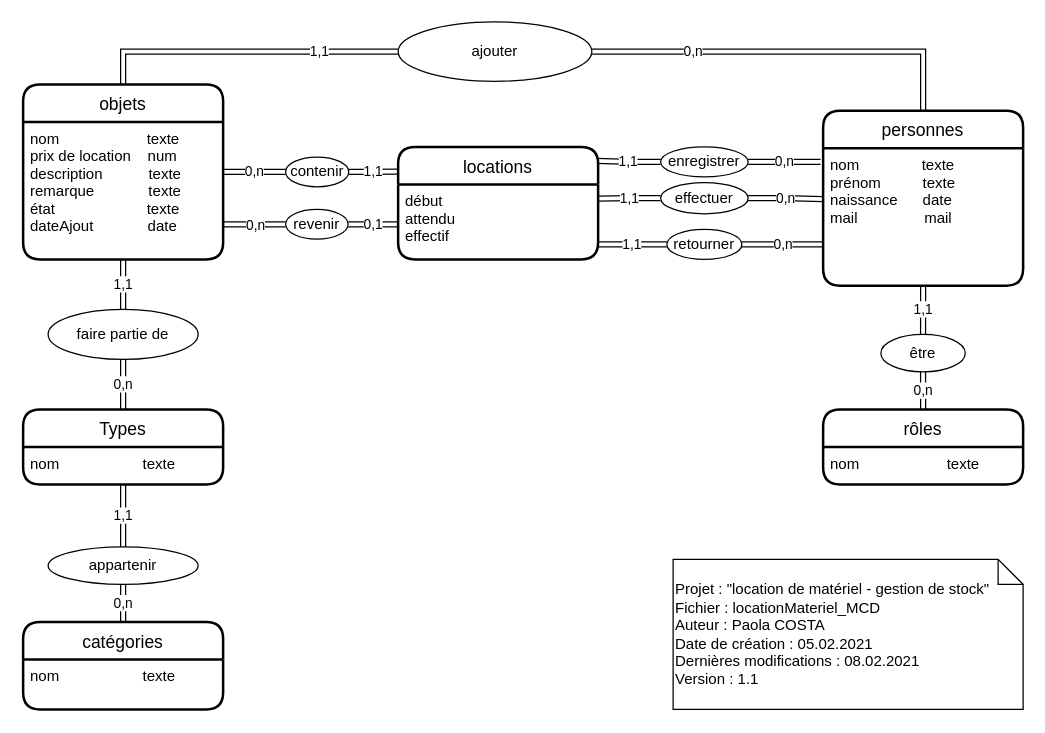
This is fichiersModifiables/BDD/locationMateriel_MCD.drawio from AhVen98/gestionStocks_preTPI, a draw.io file, before an edit. Source tidied: cells renumbered, new cells numbered last; positions are measured from the earlier drawing's top-left corner, leaving out a move shared by most shapes. Both pictures are drawn from the tidied source at 125%, with x=0, y=0 at pixel (22, 21).
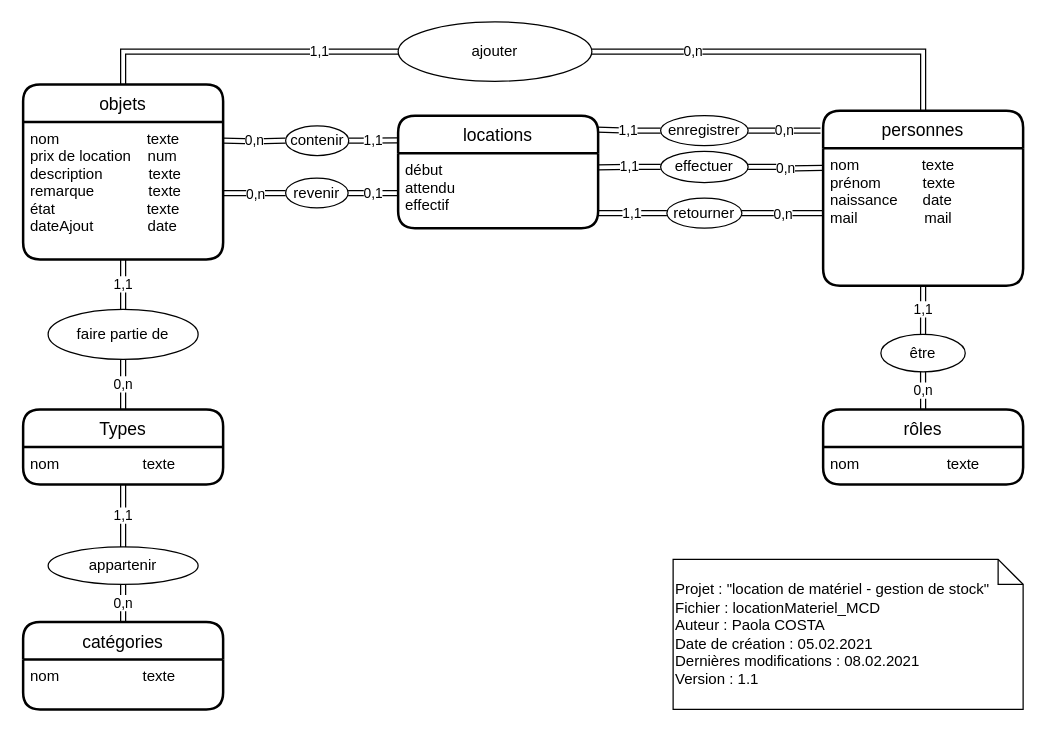
The same diagram, later.

Commit message (it also covers changes not shown here):
maj du MCD

correction d'une erreur

Unchanged cells that the change refers to:
```xml
<mxCell id="4" value="objets" style="swimlane;horizontal=1;startSize=30;rounded=1;fontSize=14;fontStyle=0;strokeWidth=2;shadow=0;dashed=0;align=center;" parent="1" vertex="1">
  <mxGeometry y="50" width="160" height="140" as="geometry" />
</mxCell>
<mxCell id="12" value="nom               texte&#10;prénom          texte&#10;naissance      date&#10;mail                mail " style="align=left;strokeColor=none;fillColor=none;spacingLeft=4;fontSize=12;verticalAlign=top;" parent="11" vertex="1">
  <mxGeometry y="30" width="160" height="110" as="geometry" />
</mxCell>
```

What changed in the source:
```diff
@@
-    <mxCell id="3" value="0,n" style="edgeStyle=orthogonalEdgeStyle;shape=link;curved=1;rounded=0;jettySize=auto;html=1;exitX=1;exitY=0.5;exitDx=0;exitDy=0;entryX=0;entryY=0.5;entryDx=0;entryDy=0;" parent="1" edge="1" source="4" target="27">
-      <mxGeometry relative="1" as="geometry" />
+    <mxCell id="3" value="0,n" style="edgeStyle=orthogonalEdgeStyle;shape=link;curved=1;rounded=0;jettySize=auto;html=1;exitX=1;exitY=0.5;exitDx=0;exitDy=0;entryX=0;entryY=0.5;entryDx=0;entryDy=0;" parent="1" edge="1" target="27">
+      <mxGeometry relative="1" as="geometry">
+        <mxPoint x="160" y="95" as="sourcePoint" />
+      </mxGeometry>
     </mxCell>
@@
-    <mxCell id="13" value="0,n" style="edgeStyle=orthogonalEdgeStyle;shape=link;curved=1;rounded=0;jettySize=auto;html=1;exitX=1;exitY=0.5;exitDx=0;exitDy=0;entryX=-0.013;entryY=0.1;entryDx=0;entryDy=0;entryPerimeter=0;" parent="1" edge="1" source="15" target="12">
-      <mxGeometry relative="1" as="geometry" />
+    <mxCell id="13" value="0,n" style="edgeStyle=orthogonalEdgeStyle;shape=link;curved=1;rounded=0;jettySize=auto;html=1;exitX=1;exitY=0.5;exitDx=0;exitDy=0;entryX=-0.013;entryY=0.1;entryDx=0;entryDy=0;entryPerimeter=0;" parent="1" edge="1" source="15">
+      <mxGeometry relative="1" as="geometry">
+        <mxPoint x="637.9" y="87" as="targetPoint" />
+      </mxGeometry>
     </mxCell>
     <mxCell id="14" value="1,1" style="edgeStyle=orthogonalEdgeStyle;shape=link;curved=1;rounded=0;jettySize=auto;html=1;exitX=0;exitY=0.5;exitDx=0;exitDy=0;entryX=0.993;entryY=0.124;entryDx=0;entryDy=0;entryPerimeter=0;" parent="1" edge="1" source="15" target="24">
       <mxGeometry relative="1" as="geometry">
         <Array as="points">
-          <mxPoint x="485" y="112" />
+          <mxPoint x="485" y="87" />
         </Array>
       </mxGeometry>
     </mxCell>
     <mxCell id="15" value="enregistrer" style="ellipse;whiteSpace=wrap;html=1;" parent="1" vertex="1">
-      <mxGeometry x="510" y="100" width="70" height="24" as="geometry" />
+      <mxGeometry x="510" y="75" width="70" height="24" as="geometry" />
     </mxCell>
@@
     <mxCell id="24" value="locations" style="swimlane;horizontal=1;startSize=30;rounded=1;fontSize=14;fontStyle=0;strokeWidth=2;shadow=0;dashed=0;align=center;" parent="1" vertex="1">
-      <mxGeometry x="300" y="100" width="160" height="90" as="geometry" />
+      <mxGeometry x="300" y="75" width="160" height="90" as="geometry" />
     </mxCell>
@@
     <mxCell id="26" value="1,1" style="edgeStyle=orthogonalEdgeStyle;shape=link;curved=1;rounded=0;jettySize=auto;html=1;exitX=1;exitY=0.5;exitDx=0;exitDy=0;entryX=-0.003;entryY=0.221;entryDx=0;entryDy=0;entryPerimeter=0;" parent="1" edge="1" source="27" target="24">
       <mxGeometry relative="1" as="geometry">
         <Array as="points">
-          <mxPoint x="270" y="120" />
+          <mxPoint x="270" y="95" />
         </Array>
       </mxGeometry>
     </mxCell>
     <mxCell id="27" value="contenir" style="ellipse;whiteSpace=wrap;html=1;" parent="1" vertex="1">
-      <mxGeometry x="210" y="108.1" width="50.5" height="23.8" as="geometry" />
+      <mxGeometry x="210" y="83.1" width="50.5" height="23.8" as="geometry" />
     </mxCell>
-    <mxCell id="28" value="0,n" style="edgeStyle=orthogonalEdgeStyle;shape=link;curved=1;rounded=0;jettySize=auto;html=1;exitX=1;exitY=0.5;exitDx=0;exitDy=0;entryX=0;entryY=0.7;entryDx=0;entryDy=0;entryPerimeter=0;" parent="1" edge="1" source="30" target="12">
-      <mxGeometry relative="1" as="geometry" />
+    <mxCell id="28" value="0,n" style="edgeStyle=orthogonalEdgeStyle;shape=link;curved=1;rounded=0;jettySize=auto;html=1;exitX=1;exitY=0.5;exitDx=0;exitDy=0;entryX=0;entryY=0.7;entryDx=0;entryDy=0;entryPerimeter=0;" parent="1" edge="1" source="30">
+      <mxGeometry relative="1" as="geometry">
+        <mxPoint x="640" y="153" as="targetPoint" />
+      </mxGeometry>
     </mxCell>
@@
     <mxCell id="30" value="retourner" style="ellipse;whiteSpace=wrap;html=1;" parent="1" vertex="1">
-      <mxGeometry x="515" y="166" width="60" height="24" as="geometry" />
+      <mxGeometry x="515" y="141" width="60" height="24" as="geometry" />
     </mxCell>
-    <mxCell id="31" value="0,n" style="edgeStyle=orthogonalEdgeStyle;shape=link;curved=1;rounded=0;jettySize=auto;html=1;exitX=1;exitY=0.5;exitDx=0;exitDy=0;entryX=0;entryY=0.371;entryDx=0;entryDy=0;entryPerimeter=0;" parent="1" edge="1" source="33" target="12">
-      <mxGeometry relative="1" as="geometry" />
+    <mxCell id="31" value="0,n" style="edgeStyle=orthogonalEdgeStyle;shape=link;curved=1;rounded=0;jettySize=auto;html=1;exitX=1;exitY=0.5;exitDx=0;exitDy=0;entryX=0;entryY=0.371;entryDx=0;entryDy=0;entryPerimeter=0;" parent="1" edge="1" source="33">
+      <mxGeometry relative="1" as="geometry">
+        <mxPoint x="640" y="116.8" as="targetPoint" />
+      </mxGeometry>
     </mxCell>
@@
     <mxCell id="33" value="effectuer" style="ellipse;whiteSpace=wrap;html=1;" parent="1" vertex="1">
-      <mxGeometry x="510" y="128.5" width="70" height="25" as="geometry" />
+      <mxGeometry x="510" y="103.5" width="70" height="25" as="geometry" />
     </mxCell>
@@
     <mxCell id="40" value="0,n" style="edgeStyle=orthogonalEdgeStyle;shape=link;curved=1;rounded=0;jettySize=auto;html=1;exitX=0;exitY=0.5;exitDx=0;exitDy=0;" parent="1" edge="1" source="41">
       <mxGeometry relative="1" as="geometry">
-        <mxPoint x="160" y="162" as="targetPoint" />
+        <mxPoint x="160" y="137" as="targetPoint" />
       </mxGeometry>
     </mxCell>
     <mxCell id="41" value="revenir" style="ellipse;whiteSpace=wrap;html=1;" parent="1" vertex="1">
-      <mxGeometry x="210" y="150" width="50" height="23.8" as="geometry" />
+      <mxGeometry x="210" y="125" width="50" height="23.8" as="geometry" />
     </mxCell>
```
